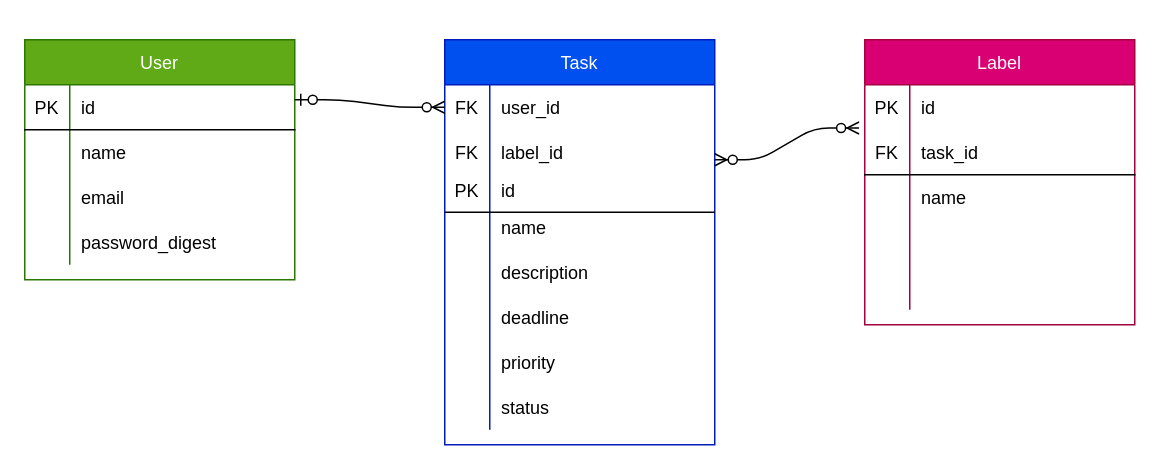
Above: docs/ER.dio in daisuke-koguchi/everleaf_exam (draw.io), before the change. Source tidied: cells renumbered, new cells numbered last; positions are measured from the earlier drawing's top-left corner, leaving out a move shared by most shapes. Both pictures are drawn from the tidied source at 150%, with x=0, y=0 at pixel (24, 39).
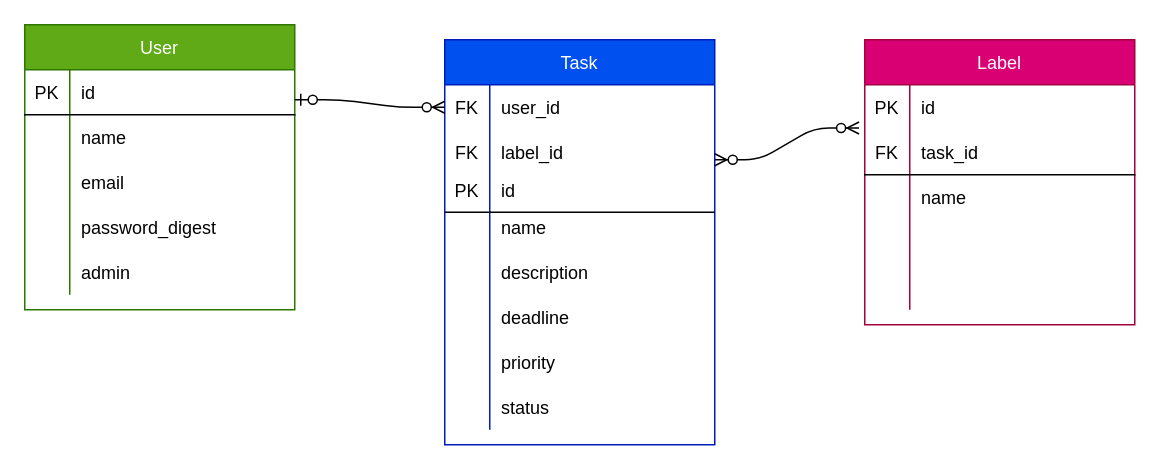
The same page after the edit.

The edit, as a diff of the source:
```diff
@@
     <mxCell id="2" value="User" style="shape=table;startSize=30;childLayout=tableLayout;rowLines=0;fontStyle=0;align=center;fillColor=#60a917;strokeColor=#2D7600;fontColor=#ffffff;" parent="1" vertex="1">
-      <mxGeometry width="180" height="160" as="geometry" />
+      <mxGeometry y="-10" width="180" height="190" as="geometry" />
     </mxCell>
@@
+    <mxCell id="59" style="shape=partialRectangle;fillColor=none;top=0;left=0;bottom=0;right=0;" parent="2" vertex="1">
+      <mxGeometry y="150" width="180" height="30" as="geometry" />
+    </mxCell>
+    <mxCell id="60" style="shape=partialRectangle;fillColor=none;top=0;left=0;bottom=0;right=0;overflow=hidden;" parent="59" vertex="1">
+      <mxGeometry width="30" height="30" as="geometry" />
+    </mxCell>
+    <mxCell id="61" value="admin" style="shape=partialRectangle;fillColor=none;top=0;left=0;bottom=0;right=0;align=left;spacingLeft=6;overflow=hidden;" parent="59" vertex="1">
+      <mxGeometry x="30" width="150" height="30" as="geometry" />
+    </mxCell>
```
